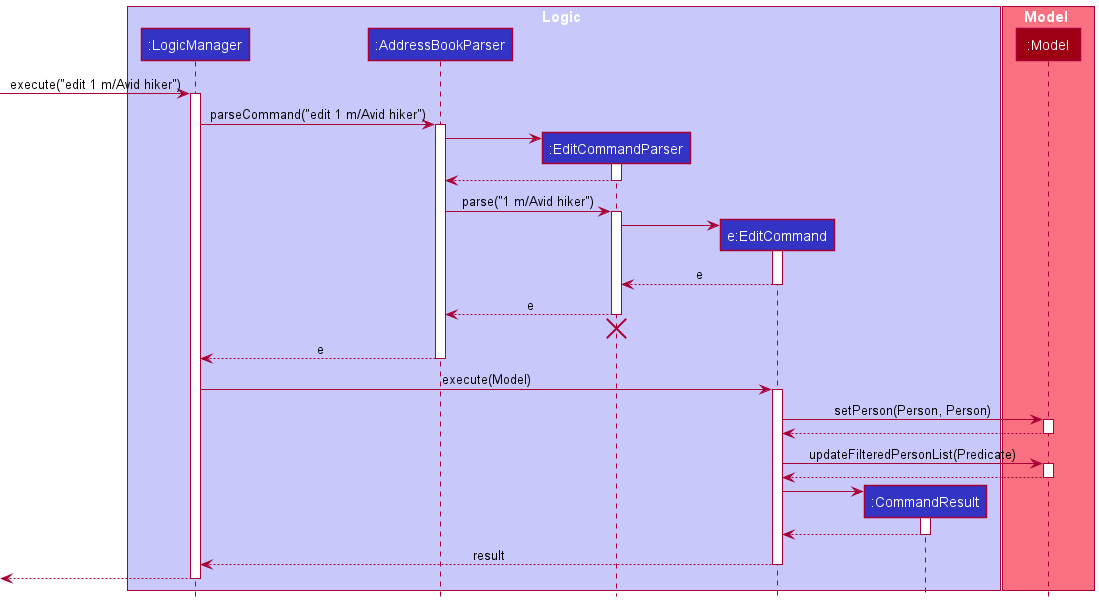
Before: docs/images/EditMemoSequenceDiagram.png, a diagram exported from PlantUML (tandeshao/tp). Source of this version:
```plantuml
@startuml
!include style.puml

box Logic LOGIC_COLOR_T1
participant ":LogicManager" as LogicManager LOGIC_COLOR
participant ":AddressBookParser" as AddressBookParser LOGIC_COLOR
participant ":EditCommandParser" as EditCommandParser LOGIC_COLOR
participant "e:EditCommand" as EditCommand LOGIC_COLOR
participant ":CommandResult" as CommandResult LOGIC_COLOR
end box

box Model MODEL_COLOR_T1
participant ":Model" as Model MODEL_COLOR
end box

[-> LogicManager : execute("edit 1 m/Avid hiker")
activate LogicManager

LogicManager -> AddressBookParser : parseCommand("edit 1 m/Avid hiker")
activate AddressBookParser

create EditCommandParser
AddressBookParser -> EditCommandParser
activate EditCommandParser

EditCommandParser --> AddressBookParser
deactivate EditCommandParser

AddressBookParser -> EditCommandParser : parse("1 m/Avid hiker")
activate EditCommandParser

create EditCommand
EditCommandParser -> EditCommand
activate EditCommand

EditCommand --> EditCommandParser : e
deactivate EditCommand

EditCommandParser --> AddressBookParser : e
deactivate EditCommandParser
EditCommandParser -[hidden]-> AddressBookParser
destroy EditCommandParser

AddressBookParser --> LogicManager : e
deactivate AddressBookParser

LogicManager -> EditCommand : execute(Model)
activate EditCommand

EditCommand -> Model : setPerson(Person, Person)
activate Model

Model --> EditCommand
deactivate Model

EditCommand -> Model : updateFilteredPersonList(Predicate)
activate Model

Model --> EditCommand
deactivate Model

create CommandResult
EditCommand -> CommandResult
activate CommandResult

CommandResult --> EditCommand
deactivate CommandResult

EditCommand --> LogicManager : result
deactivate EditCommand

[<--LogicManager
deactivate LogicManager
@enduml
```
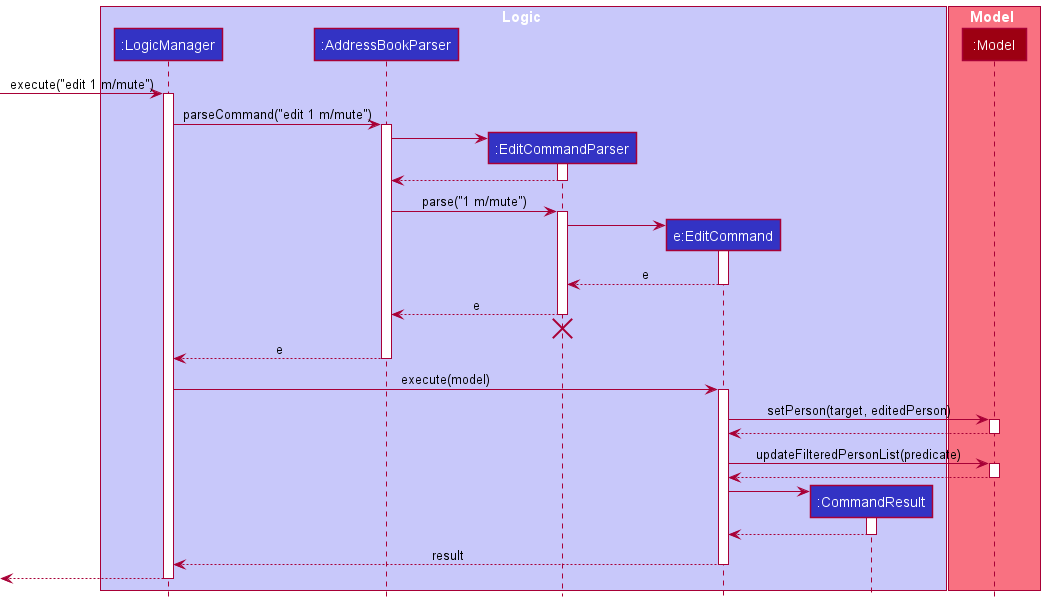
After the change.

Commit message:
Update sequence diagrams

Change to the diagram source:
```diff
@@ -13,10 +13,10 @@
 participant ":Model" as Model MODEL_COLOR
 end box
 
-[-> LogicManager : execute("edit 1 m/Avid hiker")
+[-> LogicManager : execute("edit 1 m/mute")
 activate LogicManager
 
-LogicManager -> AddressBookParser : parseCommand("edit 1 m/Avid hiker")
+LogicManager -> AddressBookParser : parseCommand("edit 1 m/mute")
 activate AddressBookParser
 
 create EditCommandParser
@@ -26,7 +26,7 @@
 EditCommandParser --> AddressBookParser
 deactivate EditCommandParser
 
-AddressBookParser -> EditCommandParser : parse("1 m/Avid hiker")
+AddressBookParser -> EditCommandParser : parse("1 m/mute")
 activate EditCommandParser
 
 create EditCommand
@@ -44,16 +44,16 @@
 AddressBookParser --> LogicManager : e
 deactivate AddressBookParser
 
-LogicManager -> EditCommand : execute(Model)
+LogicManager -> EditCommand : execute(model)
 activate EditCommand
 
-EditCommand -> Model : setPerson(Person, Person)
+EditCommand -> Model : setPerson(target, editedPerson)
 activate Model
 
 Model --> EditCommand
 deactivate Model
 
-EditCommand -> Model : updateFilteredPersonList(Predicate)
+EditCommand -> Model : updateFilteredPersonList(predicate)
 activate Model
 
 Model --> EditCommand
```
